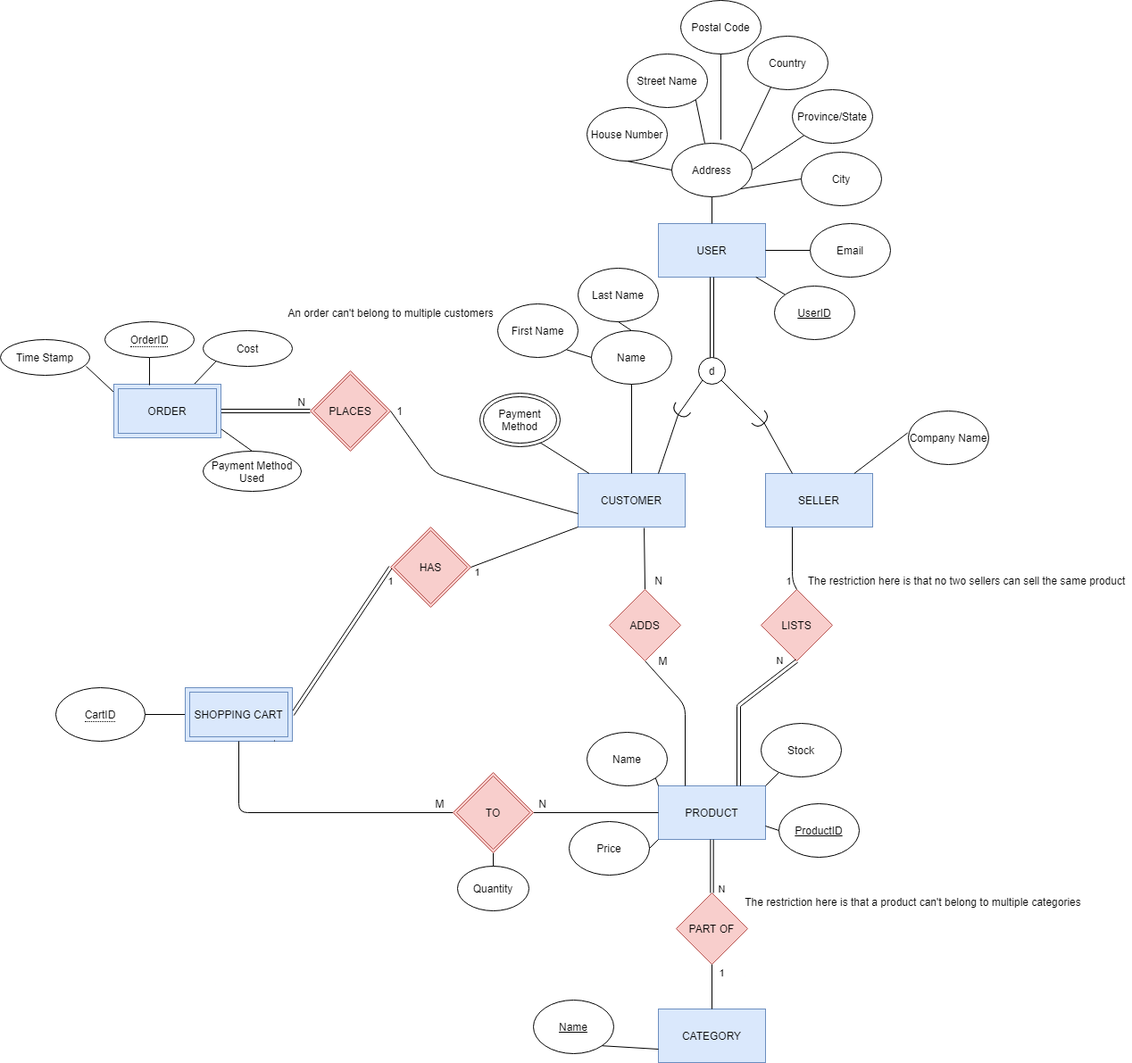
The draw.io diagram Phase1_EER.png in GrocerEase-354/GrocerEase, before a commit. Source tidied: cells renumbered, new cells last; positions are measured from the earlier drawing's top-left corner, leaving out a move shared by most shapes.
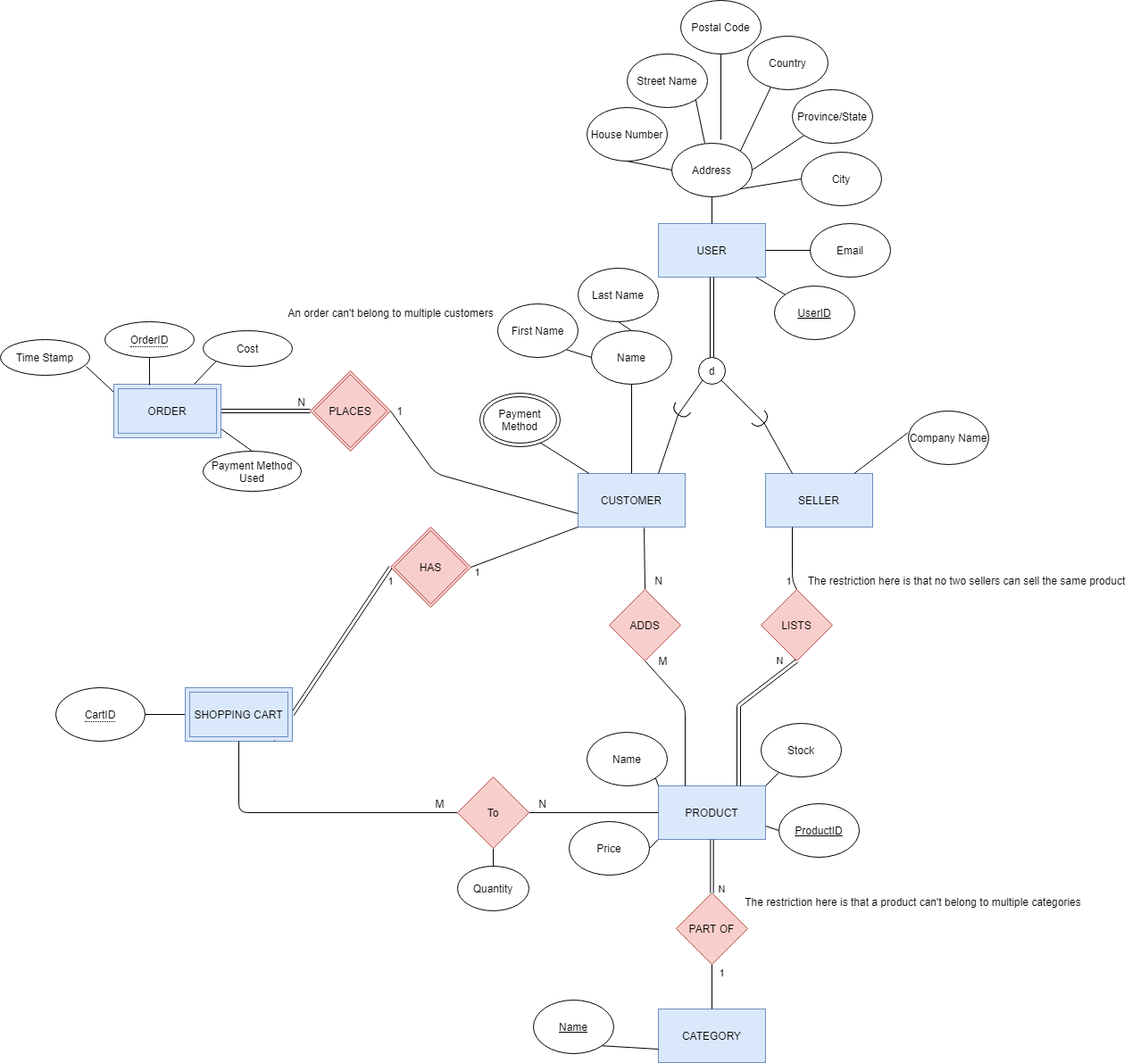
The same diagram one commit later.

Diff of the diagram source:
```diff
@@ -288,10 +288,10 @@
         <mxPoint x="307" y="830" as="targetPoint" />
       </mxGeometry>
     </mxCell>
-    <mxCell id="85" style="endArrow=none;html=1;entryX=0;entryY=0.5;entryDx=0;entryDy=0;exitX=1;exitY=0.5;exitDx=0;exitDy=0;" parent="1" edge="1" source="98" target="3">
+    <mxCell id="85" style="endArrow=none;html=1;entryX=0;entryY=0.5;entryDx=0;entryDy=0;exitX=1;exitY=0.5;exitDx=0;exitDy=0;" parent="1" edge="1" source="101" target="3">
       <mxGeometry relative="1" as="geometry" />
     </mxCell>
-    <mxCell id="86" style="endArrow=none;html=1;entryX=0;entryY=0.5;entryDx=0;entryDy=0;exitX=0.5;exitY=1;exitDx=0;exitDy=0;" parent="1" edge="1" source="80" target="98">
+    <mxCell id="86" style="endArrow=none;html=1;entryX=0;entryY=0.5;entryDx=0;entryDy=0;exitX=0.5;exitY=1;exitDx=0;exitDy=0;" parent="1" edge="1" source="80" target="101">
       <mxGeometry relative="1" as="geometry">
         <Array as="points">
           <mxPoint x="267" y="910" />
@@ -319,7 +319,7 @@
     <mxCell id="93" value="Quantity" style="ellipse;whiteSpace=wrap;html=1;" parent="1" vertex="1">
       <mxGeometry x="512" y="970" width="80" height="50" as="geometry" />
     </mxCell>
-    <mxCell id="94" style="endArrow=none;html=1;exitX=0.5;exitY=0;exitDx=0;exitDy=0;entryX=0.5;entryY=1;entryDx=0;entryDy=0;" parent="1" edge="1" source="93" target="98">
+    <mxCell id="94" style="endArrow=none;html=1;exitX=0.5;exitY=0;exitDx=0;exitDy=0;entryX=0.5;entryY=1;entryDx=0;entryDy=0;" parent="1" edge="1" source="93" target="101">
       <mxGeometry relative="1" as="geometry" />
     </mxCell>
     <mxCell id="95" value="N" style="text;html=1;align=center;verticalAlign=middle;" parent="1" vertex="1">
@@ -331,14 +331,14 @@
     <mxCell id="97" value="An order can't belong to multiple customers" style="text;html=1;align=center;verticalAlign=middle;" parent="1" vertex="1">
       <mxGeometry x="312" y="340" width="250" height="20" as="geometry" />
     </mxCell>
-    <mxCell id="98" value="TO" style="shape=rhombus;double=1;perimeter=rhombusPerimeter;whiteSpace=wrap;html=1;align=center;fillColor=#f8cecc;strokeColor=#b85450;" parent="1" vertex="1">
-      <mxGeometry x="507" y="865" width="90" height="90" as="geometry" />
-    </mxCell>
     <mxCell id="99" value="ADDS" style="rhombus;whiteSpace=wrap;html=1;fillColor=#f8cecc;strokeColor=#b85450;" parent="1" vertex="1">
       <mxGeometry x="682" y="660" width="80" height="80" as="geometry" />
     </mxCell>
     <mxCell id="100" value="&lt;u&gt;UserID&lt;/u&gt;" style="ellipse;whiteSpace=wrap;html=1;" parent="1" vertex="1">
       <mxGeometry x="867" y="320" width="90" height="60" as="geometry" />
     </mxCell>
+    <mxCell id="101" value="To" style="rhombus;whiteSpace=wrap;html=1;fillColor=#f8cecc;strokeColor=#b85450;" parent="1" vertex="1">
+      <mxGeometry x="512" y="870" width="80" height="80" as="geometry" />
+    </mxCell>
   </root>
 </mxGraphModel>
```
